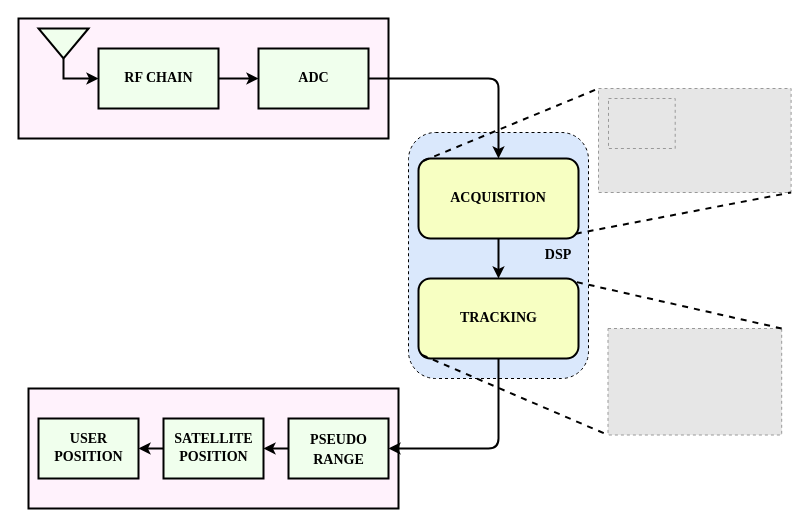
The draw.io diagram GPS_Receiver.drawio in Manikanta-IITB/MTP_RnD_Figures, before the edit. Source tidied: cells renumbered, new cells numbered last; positions are measured from the earlier drawing's top-left corner, leaving out a move shared by most shapes. Both pictures are drawn from the tidied source at 100%, with x=0, y=0 at pixel (18, 18). Pictures stored in the file or linked from it are replaced by grey dashed boxes.
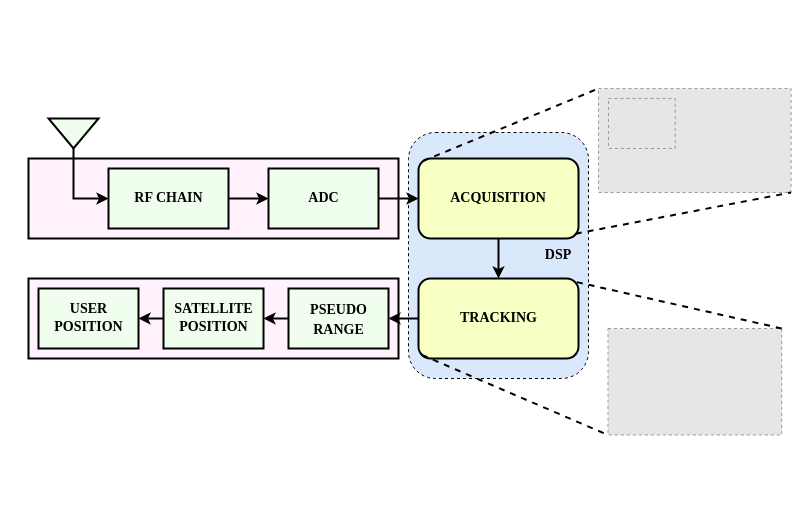
The same page after the edit.

Unchanged cells that the change refers to:
```xml
<mxCell id="9" style="rounded=1;whiteSpace=wrap;html=1;strokeWidth=2;fillColor=#F7FFC2;" parent="1" vertex="1">
  <mxGeometry x="400" y="140" width="160" height="80" as="geometry" />
</mxCell>
<mxCell id="10" style="rounded=1;whiteSpace=wrap;html=1;strokeWidth=2;fillColor=#F7FFC2;" parent="1" vertex="1">
  <mxGeometry x="400" y="260" width="160" height="80" as="geometry" />
</mxCell>
```

Diff of the diagram source:
```diff
@@
     <mxCell id="3" style="rounded=0;whiteSpace=wrap;html=1;strokeWidth=2;fillColor=#FFF2FC;" parent="1" vertex="1">
-      <mxGeometry width="370" height="120" as="geometry" />
+      <mxGeometry x="10" y="140" width="370" height="80" as="geometry" />
     </mxCell>
     <mxCell id="4" style="triangle;whiteSpace=wrap;html=1;rotation=90;strokeWidth=2;fillColor=#F0FFED;" parent="1" vertex="1">
-      <mxGeometry x="30" width="30" height="50" as="geometry" />
+      <mxGeometry x="40" y="90" width="30" height="50" as="geometry" />
     </mxCell>
     <mxCell id="5" style="rounded=0;whiteSpace=wrap;html=1;strokeWidth=2;fillColor=#F0FFED;" parent="1" vertex="1">
-      <mxGeometry x="80" y="30" width="120" height="60" as="geometry" />
+      <mxGeometry x="90" y="150" width="120" height="60" as="geometry" />
     </mxCell>
     <mxCell id="6" style="rounded=0;whiteSpace=wrap;html=1;strokeWidth=2;fillColor=#F0FFED;" parent="1" vertex="1">
-      <mxGeometry x="240" y="30" width="110" height="60" as="geometry" />
+      <mxGeometry x="250" y="150" width="110" height="60" as="geometry" />
     </mxCell>
     <mxCell id="7" style="endArrow=classic;html=1;rounded=0;exitX=1;exitY=0.5;exitDx=0;exitDy=0;entryX=0;entryY=0.5;entryDx=0;entryDy=0;strokeWidth=2;" parent="1" edge="1" source="4" target="5">
       <mxGeometry relative="1" as="geometry">
         <Array as="points">
-          <mxPoint x="45" y="60" />
+          <mxPoint x="55" y="180" />
         </Array>
       </mxGeometry>
     </mxCell>
@@
     <mxCell id="14" style="rounded=0;whiteSpace=wrap;html=1;strokeWidth=2;fillColor=#FFF2FC;" parent="1" vertex="1">
-      <mxGeometry x="10" y="370" width="370" height="120" as="geometry" />
+      <mxGeometry x="10" y="260" width="370" height="80" as="geometry" />
     </mxCell>
     <mxCell id="15" style="rounded=0;whiteSpace=wrap;html=1;strokeWidth=2;fillColor=#F0FFED;" parent="1" vertex="1">
-      <mxGeometry x="270" y="400" width="100" height="60" as="geometry" />
+      <mxGeometry x="270" y="270" width="100" height="60" as="geometry" />
     </mxCell>
     <mxCell id="16" style="rounded=0;whiteSpace=wrap;html=1;strokeWidth=2;fillColor=#F0FFED;" parent="1" vertex="1">
-      <mxGeometry x="145" y="400" width="100" height="60" as="geometry" />
+      <mxGeometry x="145" y="270" width="100" height="60" as="geometry" />
     </mxCell>
     <mxCell id="17" style="rounded=0;whiteSpace=wrap;html=1;strokeWidth=2;fillColor=#F0FFED;" parent="1" vertex="1">
-      <mxGeometry x="20" y="400" width="100" height="60" as="geometry" />
+      <mxGeometry x="20" y="270" width="100" height="60" as="geometry" />
     </mxCell>
-    <mxCell id="18" style="endArrow=classic;html=1;rounded=1;exitX=1;exitY=0.5;exitDx=0;exitDy=0;curved=0;strokeWidth=2;" parent="1" edge="1" source="6">
-      <mxGeometry relative="1" as="geometry">
-        <mxPoint x="480" y="140" as="targetPoint" />
-        <Array as="points">
-          <mxPoint x="480" y="60" />
-        </Array>
-      </mxGeometry>
+    <mxCell id="18" style="endArrow=classic;html=1;rounded=1;exitX=1;exitY=0.5;exitDx=0;exitDy=0;curved=0;strokeWidth=2;entryX=0;entryY=0.5;entryDx=0;entryDy=0;" parent="1" edge="1" source="6" target="9">
+      <mxGeometry relative="1" as="geometry" />
     </mxCell>
@@
-    <mxCell id="20" style="endArrow=classic;html=1;rounded=1;exitX=0.5;exitY=1;exitDx=0;exitDy=0;entryX=1;entryY=0.5;entryDx=0;entryDy=0;curved=0;strokeWidth=2;" parent="1" edge="1" source="10" target="15">
-      <mxGeometry relative="1" as="geometry">
-        <Array as="points">
-          <mxPoint x="480" y="430" />
-        </Array>
-      </mxGeometry>
+    <mxCell id="20" style="endArrow=classic;html=1;rounded=1;exitX=0;exitY=0.5;exitDx=0;exitDy=0;entryX=1;entryY=0.5;entryDx=0;entryDy=0;curved=0;strokeWidth=2;" parent="1" edge="1" source="10" target="15">
+      <mxGeometry relative="1" as="geometry" />
     </mxCell>
@@
     <mxCell id="27" value="&lt;font style=&quot;font-size: 14px;&quot; face=&quot;Times New Roman&quot;&gt;&lt;b&gt;RF CHAIN&lt;/b&gt;&lt;/font&gt;" style="text;html=1;align=center;verticalAlign=middle;whiteSpace=wrap;rounded=0;" parent="1" vertex="1">
-      <mxGeometry x="102.5" y="45" width="75" height="30" as="geometry" />
+      <mxGeometry x="112.5" y="165" width="75" height="30" as="geometry" />
     </mxCell>
     <mxCell id="28" value="&lt;font style=&quot;font-size: 14px;&quot; face=&quot;Times New Roman&quot;&gt;&lt;b&gt;ADC&lt;/b&gt;&lt;/font&gt;" style="text;html=1;align=center;verticalAlign=middle;whiteSpace=wrap;rounded=0;" parent="1" vertex="1">
-      <mxGeometry x="257.5" y="45" width="75" height="30" as="geometry" />
+      <mxGeometry x="267.5" y="165" width="75" height="30" as="geometry" />
     </mxCell>
@@
     <mxCell id="31" value="&lt;div&gt;&lt;font style=&quot;font-size: 14px;&quot; face=&quot;Times New Roman&quot;&gt;&lt;b&gt;PSEUDO&lt;/b&gt;&lt;/font&gt;&lt;/div&gt;&lt;div&gt;&lt;font style=&quot;font-size: 14px;&quot; face=&quot;Times New Roman&quot;&gt;&lt;b&gt;RANGE&lt;/b&gt;&lt;/font&gt;&lt;font size=&quot;3&quot; face=&quot;GNW64CmqHzVflnjqrPSB&quot;&gt;&lt;b&gt;&lt;br&gt;&lt;/b&gt;&lt;/font&gt;&lt;/div&gt;" style="text;html=1;align=center;verticalAlign=middle;whiteSpace=wrap;rounded=0;" parent="1" vertex="1">
-      <mxGeometry x="282.5" y="416.5" width="75" height="30" as="geometry" />
+      <mxGeometry x="282.5" y="286.5" width="75" height="30" as="geometry" />
     </mxCell>
     <mxCell id="32" value="&lt;div&gt;&lt;font style=&quot;font-size: 14px;&quot; face=&quot;Times New Roman&quot;&gt;&lt;b&gt;SATELLITE&lt;/b&gt;&lt;/font&gt;&lt;/div&gt;&lt;div&gt;&lt;b&gt;&lt;font style=&quot;font-size: 14px;&quot; face=&quot;Times New Roman&quot;&gt;POSITION&lt;/font&gt;&lt;font style=&quot;font-size: 14px;&quot; face=&quot;D7FkhASsm9DOdiM5XjWl&quot;&gt;&lt;br&gt;&lt;/font&gt;&lt;/b&gt;&lt;/div&gt;" style="text;html=1;align=center;verticalAlign=middle;whiteSpace=wrap;rounded=0;" parent="1" vertex="1">
-      <mxGeometry x="157.5" y="415" width="75" height="30" as="geometry" />
+      <mxGeometry x="157.5" y="285" width="75" height="30" as="geometry" />
     </mxCell>
     <mxCell id="33" value="&lt;div&gt;&lt;font style=&quot;font-size: 14px;&quot; face=&quot;Times New Roman&quot;&gt;&lt;b&gt;USER&lt;/b&gt;&lt;/font&gt;&lt;/div&gt;&lt;div&gt;&lt;b&gt;&lt;font style=&quot;font-size: 14px;&quot; face=&quot;Times New Roman&quot;&gt;POSITION&lt;/font&gt;&lt;font style=&quot;font-size: 14px;&quot; face=&quot;D7FkhASsm9DOdiM5XjWl&quot;&gt;&lt;br&gt;&lt;/font&gt;&lt;/b&gt;&lt;/div&gt;" style="text;html=1;align=center;verticalAlign=middle;whiteSpace=wrap;rounded=0;" parent="1" vertex="1">
-      <mxGeometry x="32.5" y="415" width="75" height="30" as="geometry" />
+      <mxGeometry x="32.5" y="285" width="75" height="30" as="geometry" />
     </mxCell>
```
